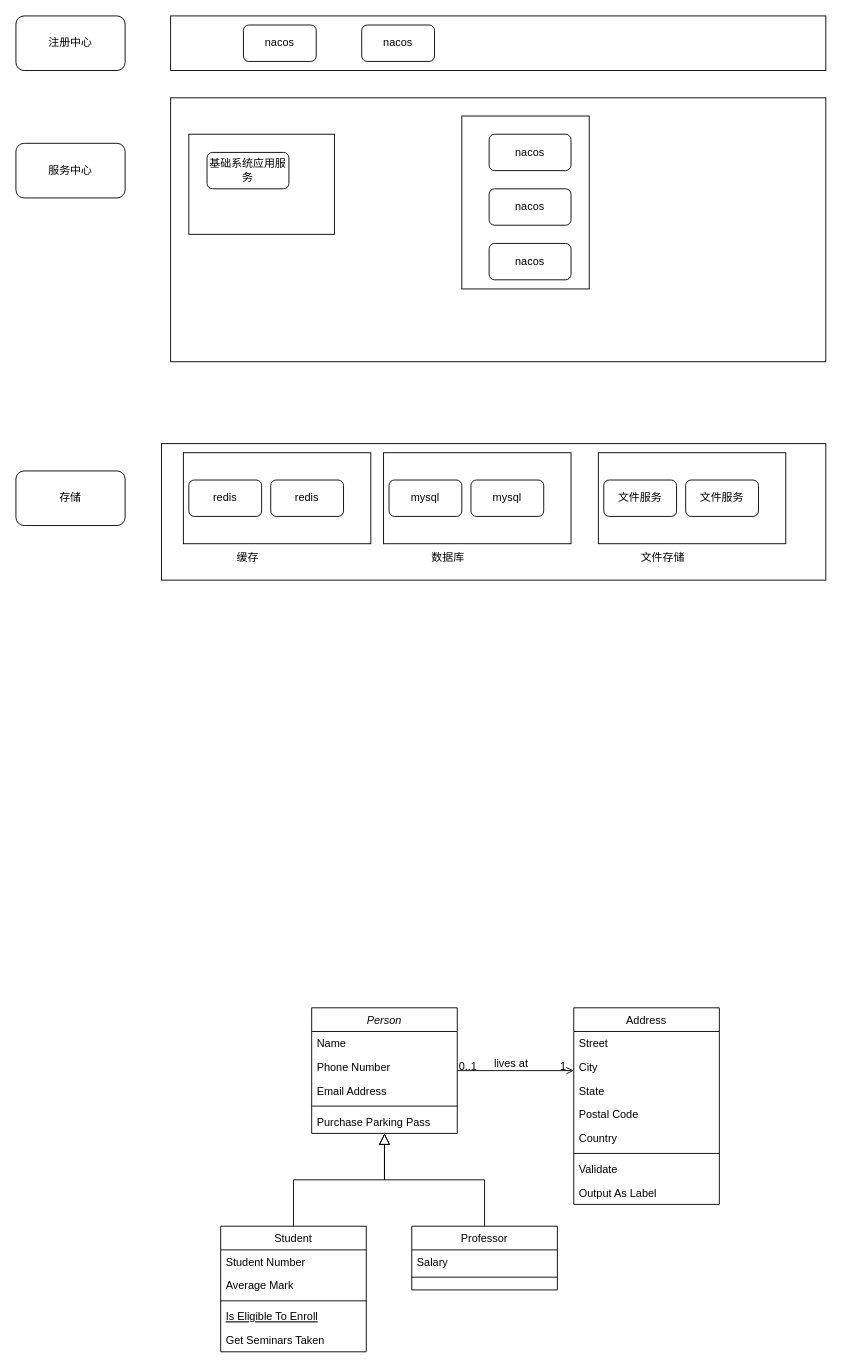
Amanocino/java-tuling keeps this draw.io diagram as 一汽解放.drawio. Above is the earlier version. Source tidied: cells renumbered, new cells numbered last; positions are measured from the earlier drawing's top-left corner, leaving out a move shared by most shapes. Both pictures are drawn from the tidied source at 91%, with x=0, y=0 at pixel (15, 15).
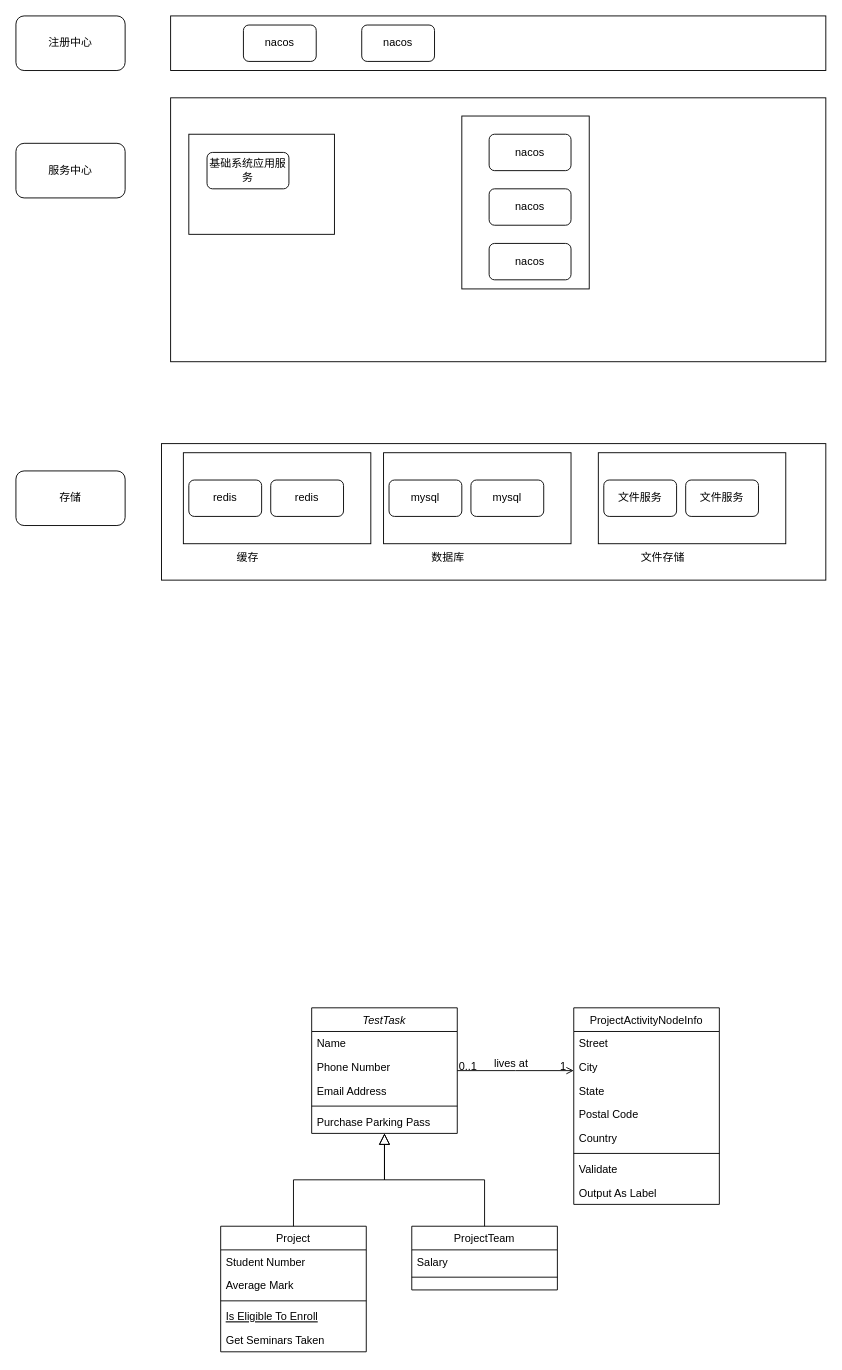
After the change.

Commit message:
更新一汽解放.drawio

What changed in the source:
```diff
@@
-    <mxCell id="28" value="Person" style="swimlane;fontStyle=2;align=center;verticalAlign=top;horizontal=1;startSize=26;rounded=0;shadow=0;strokeWidth=1;" parent="1" vertex="1">
+    <mxCell id="28" value="TestTask" style="swimlane;fontStyle=2;align=center;verticalAlign=top;horizontal=1;startSize=26;rounded=0;shadow=0;strokeWidth=1;" parent="1" vertex="1">
       <mxGeometry x="325" y="1090" width="160" height="138" as="geometry" />
     </mxCell>
@@
-    <mxCell id="34" value="Student" style="swimlane;fontStyle=0;align=center;verticalAlign=top;horizontal=1;startSize=26;rounded=0;shadow=0;strokeWidth=1;" parent="1" vertex="1">
+    <mxCell id="34" value="Project" style="swimlane;fontStyle=0;align=center;verticalAlign=top;horizontal=1;startSize=26;rounded=0;shadow=0;strokeWidth=1;" parent="1" vertex="1">
       <mxGeometry x="225" y="1330" width="160" height="138" as="geometry" />
     </mxCell>
@@
-    <mxCell id="41" value="Professor" style="swimlane;fontStyle=0;align=center;verticalAlign=top;horizontal=1;startSize=26;rounded=0;shadow=0;strokeWidth=1;" parent="1" vertex="1">
+    <mxCell id="41" value="ProjectTeam" style="swimlane;fontStyle=0;align=center;verticalAlign=top;horizontal=1;startSize=26;rounded=0;shadow=0;strokeWidth=1;" parent="1" vertex="1">
       <mxGeometry x="435" y="1330" width="160" height="70" as="geometry" />
     </mxCell>
@@
-    <mxCell id="45" value="Address" style="swimlane;fontStyle=0;align=center;verticalAlign=top;horizontal=1;startSize=26;rounded=0;shadow=0;strokeWidth=1;" parent="1" vertex="1">
+    <mxCell id="45" value="ProjectActivityNodeInfo" style="swimlane;fontStyle=0;align=center;verticalAlign=top;horizontal=1;startSize=26;rounded=0;shadow=0;strokeWidth=1;" parent="1" vertex="1">
       <mxGeometry x="613" y="1090" width="160" height="216" as="geometry" />
     </mxCell>
```
